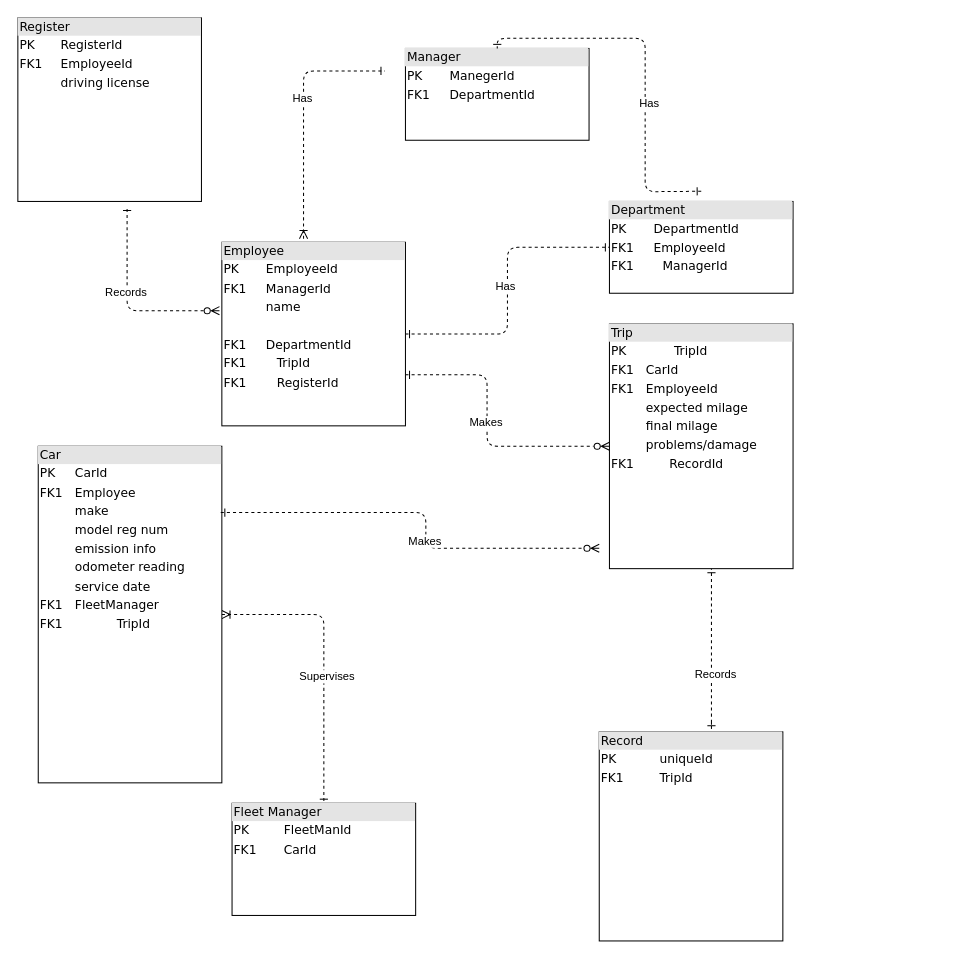
Earlier version of the draw.io diagram Untitled Diagram.drawio (InesCortina/git-demo). Source tidied: cells renumbered, new cells numbered last; positions are measured from the earlier drawing's top-left corner, leaving out a move shared by most shapes. Both pictures are drawn from the tidied source at 102%, with x=0, y=0 at pixel (17, 17).
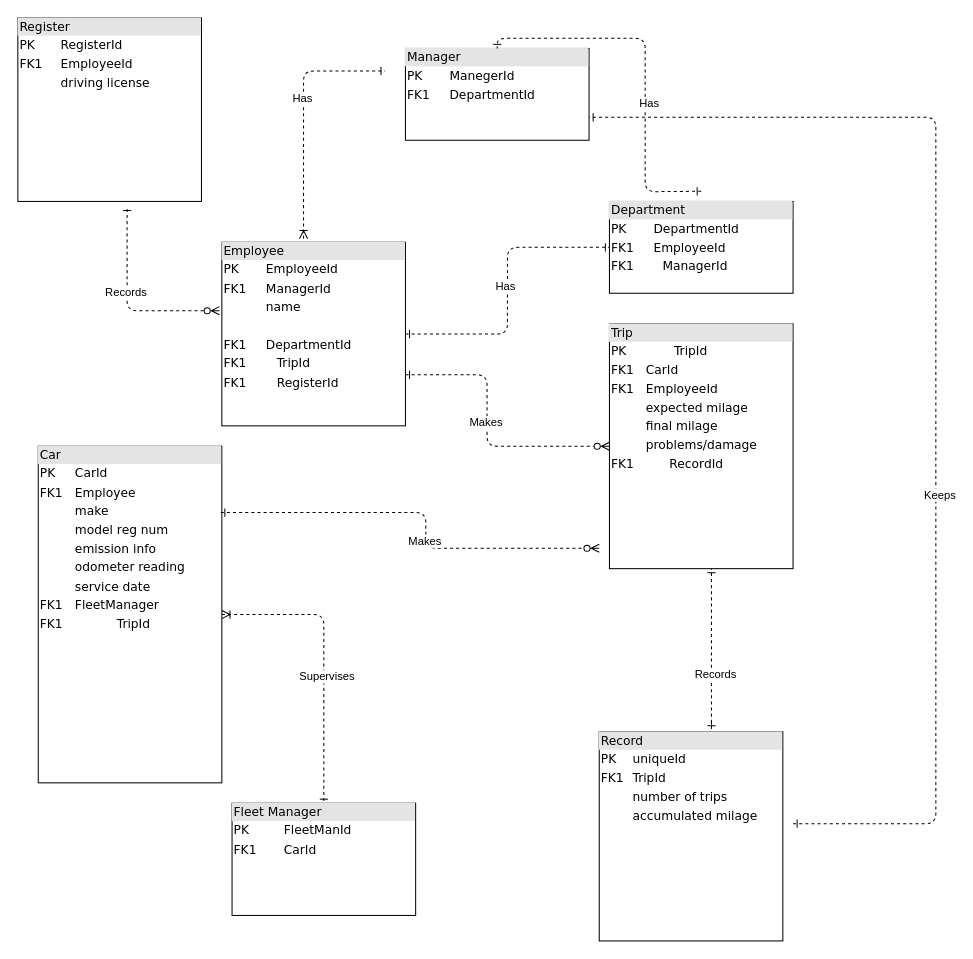
Above is the later version.

Unchanged cells that the change refers to:
```xml
<mxCell id="12" value="&lt;div style=&quot;box-sizing:border-box;width:100%;background:#e4e4e4;padding:2px;&quot;&gt;Manager&lt;/div&gt;&lt;table style=&quot;width:100%;font-size:1em;&quot; cellpadding=&quot;2&quot; cellspacing=&quot;0&quot;&gt;&lt;tbody&gt;&lt;tr&gt;&lt;td&gt;PK&lt;/td&gt;&lt;td&gt;ManegerId&lt;br&gt;&lt;/td&gt;&lt;/tr&gt;&lt;tr&gt;&lt;td&gt;FK1&lt;/td&gt;&lt;td&gt;DepartmentId&lt;/td&gt;&lt;/tr&gt;&lt;/tbody&gt;&lt;/table&gt;" style="verticalAlign=top;align=left;overflow=fill;html=1;rounded=0;shadow=0;comic=0;labelBackgroundColor=none;strokeWidth=1;fontFamily=Verdana;fontSize=12;" parent="1" vertex="1">
  <mxGeometry x="380" y="30" width="180" height="90" as="geometry" />
</mxCell>
```

What changed in the source:
```diff
@@
-    <mxCell id="7" value="&lt;div style=&quot;box-sizing: border-box ; width: 100% ; background: #e4e4e4 ; padding: 2px&quot;&gt;Record&lt;/div&gt;&lt;table style=&quot;width: 100% ; font-size: 1em&quot; cellpadding=&quot;2&quot; cellspacing=&quot;0&quot;&gt;&lt;tbody&gt;&lt;tr&gt;&lt;td&gt;PK&lt;/td&gt;&lt;td&gt;uniqueId&lt;/td&gt;&lt;/tr&gt;&lt;tr&gt;&lt;td&gt;FK1&lt;/td&gt;&lt;td&gt;TripId&lt;/td&gt;&lt;/tr&gt;&lt;tr&gt;&lt;td&gt;&lt;br&gt;&lt;/td&gt;&lt;td&gt;&lt;br&gt;&lt;/td&gt;&lt;/tr&gt;&lt;tr&gt;&lt;td&gt;&lt;br&gt;&lt;/td&gt;&lt;td&gt;&lt;br&gt;&lt;/td&gt;&lt;/tr&gt;&lt;tr&gt;&lt;td&gt;&lt;/td&gt;&lt;td&gt;&lt;br&gt;&lt;/td&gt;&lt;/tr&gt;&lt;/tbody&gt;&lt;/table&gt;" style="verticalAlign=top;align=left;overflow=fill;html=1;rounded=0;shadow=0;comic=0;labelBackgroundColor=none;strokeWidth=1;fontFamily=Verdana;fontSize=12;" parent="1" vertex="1">
+    <mxCell id="7" value="&lt;div style=&quot;box-sizing: border-box ; width: 100% ; background: #e4e4e4 ; padding: 2px&quot;&gt;Record&lt;/div&gt;&lt;table style=&quot;width: 100% ; font-size: 1em&quot; cellpadding=&quot;2&quot; cellspacing=&quot;0&quot;&gt;&lt;tbody&gt;&lt;tr&gt;&lt;td&gt;PK&lt;/td&gt;&lt;td&gt;uniqueId&lt;/td&gt;&lt;/tr&gt;&lt;tr&gt;&lt;td&gt;FK1&lt;/td&gt;&lt;td&gt;TripId&lt;/td&gt;&lt;/tr&gt;&lt;tr&gt;&lt;td&gt;&lt;br&gt;&lt;/td&gt;&lt;td&gt;number of trips&lt;/td&gt;&lt;/tr&gt;&lt;tr&gt;&lt;td&gt;&lt;br&gt;&lt;/td&gt;&lt;td&gt;accumulated milage&lt;/td&gt;&lt;/tr&gt;&lt;tr&gt;&lt;td&gt;&lt;/td&gt;&lt;td&gt;&lt;br&gt;&lt;/td&gt;&lt;/tr&gt;&lt;/tbody&gt;&lt;/table&gt;" style="verticalAlign=top;align=left;overflow=fill;html=1;rounded=0;shadow=0;comic=0;labelBackgroundColor=none;strokeWidth=1;fontFamily=Verdana;fontSize=12;" parent="1" vertex="1">
       <mxGeometry x="570" y="700" width="180" height="205" as="geometry" />
     </mxCell>
@@
+    <mxCell id="26" style="edgeStyle=orthogonalEdgeStyle;html=1;entryX=1;entryY=0.75;dashed=1;labelBackgroundColor=none;startArrow=ERone;endArrow=ERone;fontFamily=Verdana;fontSize=12;align=left;startFill=0;endFill=0;entryDx=0;entryDy=0;" parent="1" edge="1" target="12">
+      <mxGeometry relative="1" as="geometry">
+        <mxPoint x="760" y="790" as="sourcePoint" />
+        <Array as="points">
+          <mxPoint x="900" y="790" />
+          <mxPoint x="900" y="98" />
+        </Array>
+      </mxGeometry>
+    </mxCell>
+    <mxCell id="27" value="Keeps" style="edgeLabel;html=1;align=center;verticalAlign=middle;" parent="26" vertex="1">
+      <mxGeometry x="-0.21" y="-3" relative="1" as="geometry" />
+    </mxCell>
```
